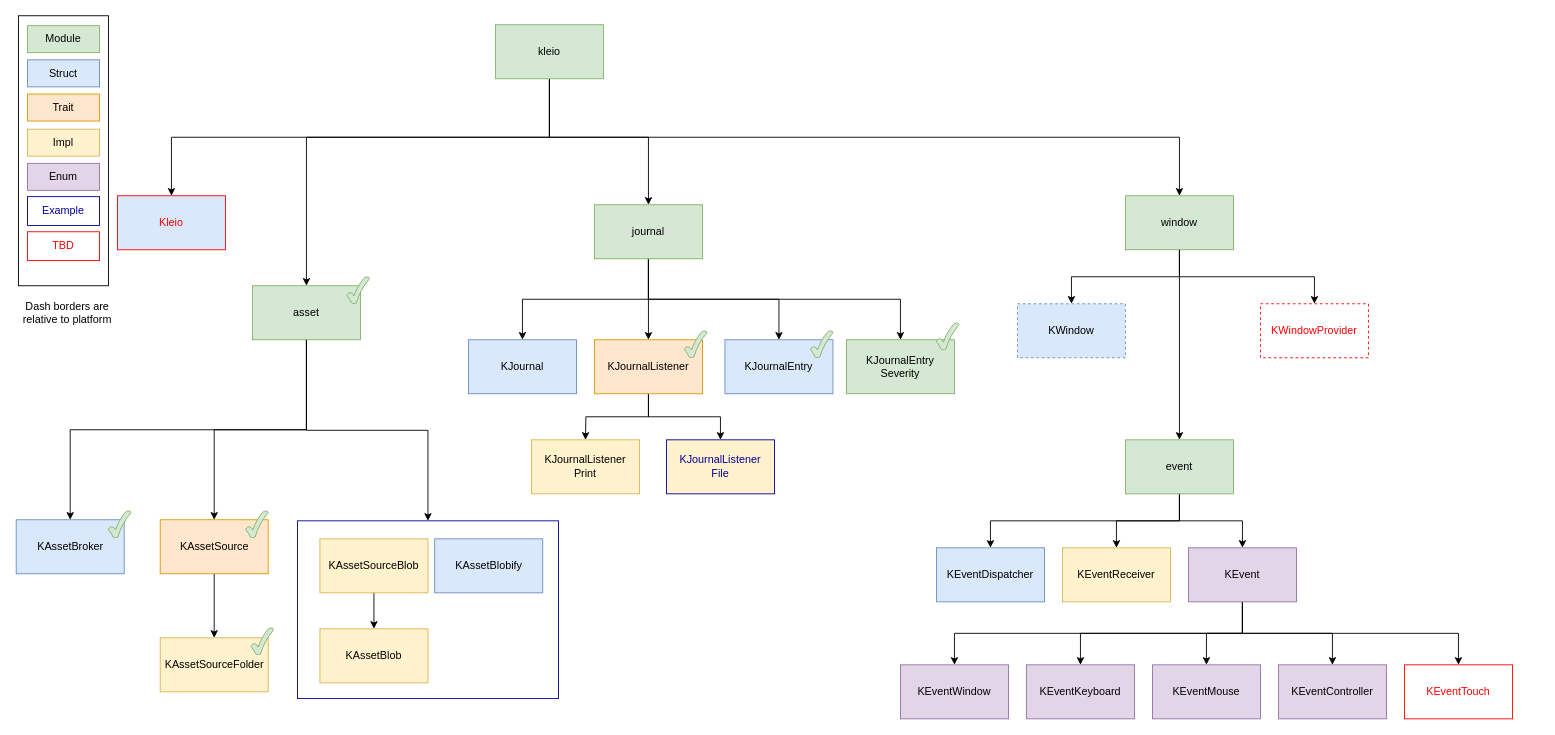
Before: diagram/kleio.drawio in NickelAngeStudio/kleio, a draw.io diagram. Source tidied: cells renumbered, new cells numbered last; positions are measured from the earlier drawing's top-left corner, leaving out a move shared by most shapes. Both pictures are drawn from the tidied source at 90%, with x=0, y=0 at pixel (16, 15).
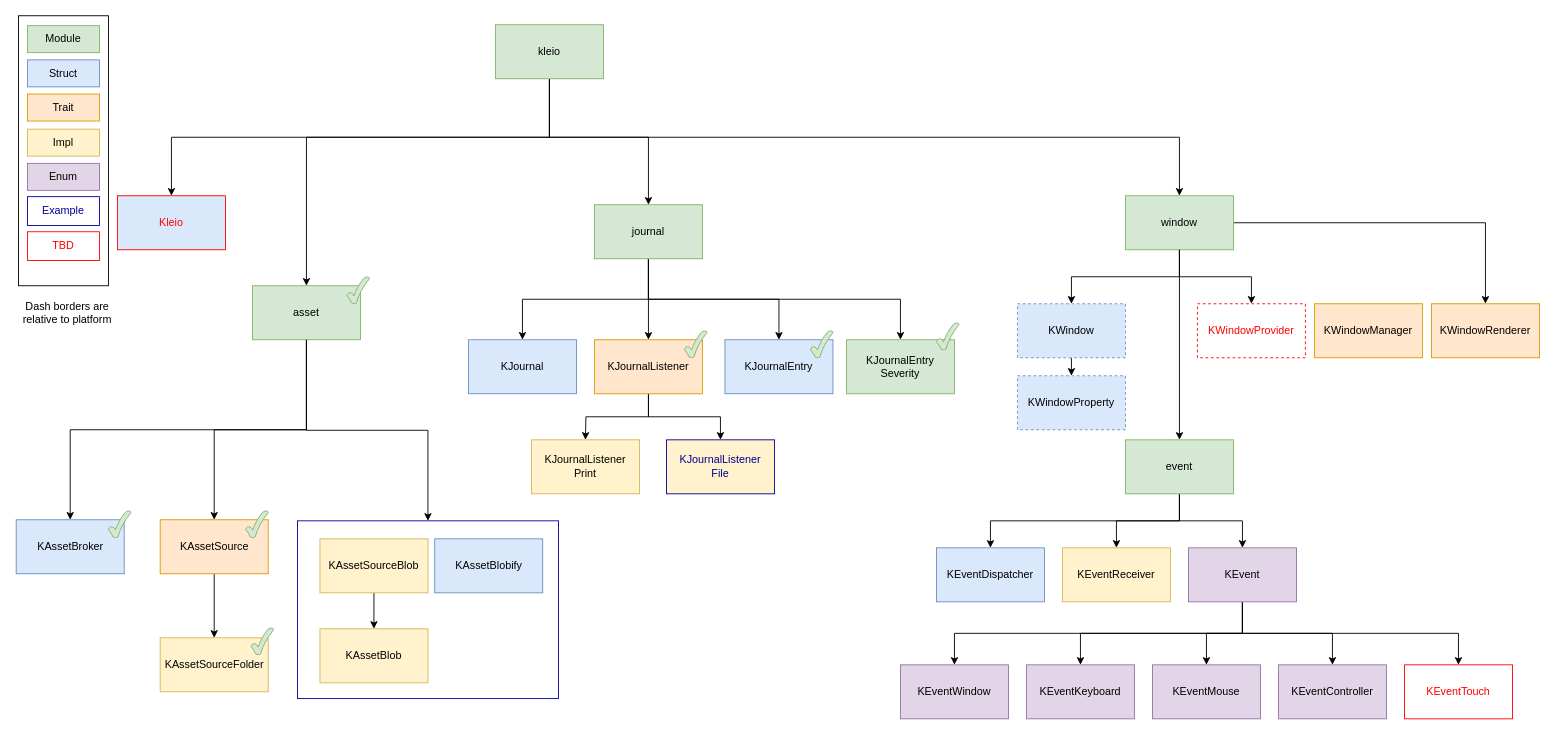
The same page after the edit.

The change refers to these unchanged cells:
```xml
<mxCell id="19" value="KWindow" style="rounded=0;whiteSpace=wrap;html=1;fillColor=#dae8fc;strokeColor=#6c8ebf;dashed=1;" parent="1" vertex="1">
  <mxGeometry x="1112" y="320" width="120" height="60" as="geometry" />
</mxCell>
<mxCell id="22" value="window" style="rounded=0;whiteSpace=wrap;html=1;fillColor=#d5e8d4;strokeColor=#82b366;" parent="1" vertex="1">
  <mxGeometry x="1232" y="200" width="120" height="60" as="geometry" />
</mxCell>
```

Change to the diagram source:
```diff
@@
+    <mxCell id="74" style="edgeStyle=orthogonalEdgeStyle;rounded=0;jettySize=auto;html=1;exitX=0.5;exitY=1;exitDx=0;exitDy=0;entryX=0.5;entryY=0;entryDx=0;entryDy=0;" parent="1" edge="1" source="19" target="78">
+      <mxGeometry relative="1" as="geometry" />
+    </mxCell>
@@
+    <mxCell id="75" style="edgeStyle=orthogonalEdgeStyle;rounded=0;jettySize=auto;html=1;exitX=1;exitY=0.5;exitDx=0;exitDy=0;" parent="1" edge="1" source="22" target="77">
+      <mxGeometry relative="1" as="geometry" />
+    </mxCell>
@@
     <mxCell id="23" value="KWindowProvider" style="rounded=0;whiteSpace=wrap;html=1;dashed=1;strokeColor=#FF0000;fontColor=#FF0000;fillColor=#FFFFFF;" parent="1" vertex="1">
-      <mxGeometry x="1382" y="320" width="120" height="60" as="geometry" />
+      <mxGeometry x="1312" y="320" width="120" height="60" as="geometry" />
     </mxCell>
@@
+    <mxCell id="76" value="KWindowManager" style="rounded=0;whiteSpace=wrap;html=1;fillColor=#ffe6cc;strokeColor=#d79b00;" parent="1" vertex="1">
+      <mxGeometry x="1442" y="320" width="120" height="60" as="geometry" />
+    </mxCell>
+    <mxCell id="77" value="KWindowRenderer" style="rounded=0;whiteSpace=wrap;html=1;fillColor=#ffe6cc;strokeColor=#d79b00;" parent="1" vertex="1">
+      <mxGeometry x="1572" y="320" width="120" height="60" as="geometry" />
+    </mxCell>
+    <mxCell id="78" value="KWindowProperty" style="rounded=0;whiteSpace=wrap;html=1;fillColor=#dae8fc;strokeColor=#6c8ebf;dashed=1;" parent="1" vertex="1">
+      <mxGeometry x="1112" y="400" width="120" height="60" as="geometry" />
+    </mxCell>
```
